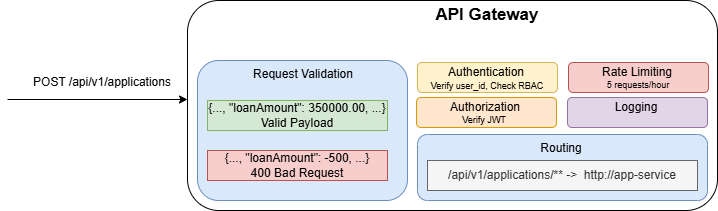
The draw.io diagram 02-architecture/08-api-gateway-design.png in huynm20051990/loan-origination-system, before a commit. Source tidied: cells renumbered, new cells last; positions are measured from the earlier drawing's top-left corner, leaving out a move shared by most shapes.
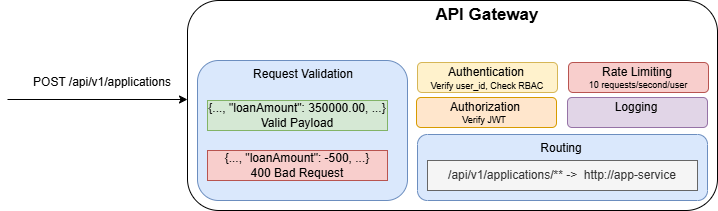
The same file after the commit.

Commit message:
Update API Gateway Design

What changed in the source:
```diff
@@ -50,8 +50,8 @@
     <mxCell id="16" value="Rate Limiting" style="text;html=1;whiteSpace=wrap;strokeColor=none;fillColor=none;align=center;verticalAlign=middle;rounded=0;" parent="1" vertex="1">
       <mxGeometry x="585" y="56" width="90" height="31" as="geometry" />
     </mxCell>
-    <mxCell id="17" value="&lt;font style=&quot;font-size: 9px;&quot;&gt;5 requests/hour&lt;/font&gt;" style="text;html=1;whiteSpace=wrap;strokeColor=none;fillColor=none;align=center;verticalAlign=middle;rounded=0;" parent="1" vertex="1">
-      <mxGeometry x="571" y="69" width="120" height="30" as="geometry" />
+    <mxCell id="17" value="&lt;font style=&quot;font-size: 9px;&quot;&gt;10 requests/second/user&lt;/font&gt;" style="text;html=1;whiteSpace=wrap;strokeColor=none;fillColor=none;align=center;verticalAlign=middle;rounded=0;" parent="1" vertex="1">
+      <mxGeometry x="556" y="69" width="150" height="30" as="geometry" />
     </mxCell>
     <mxCell id="18" style="rounded=1;whiteSpace=wrap;html=1;fillColor=#e1d5e7;strokeColor=#9673a6;" parent="1" vertex="1">
       <mxGeometry x="560" y="97" width="140" height="30" as="geometry" />
```
